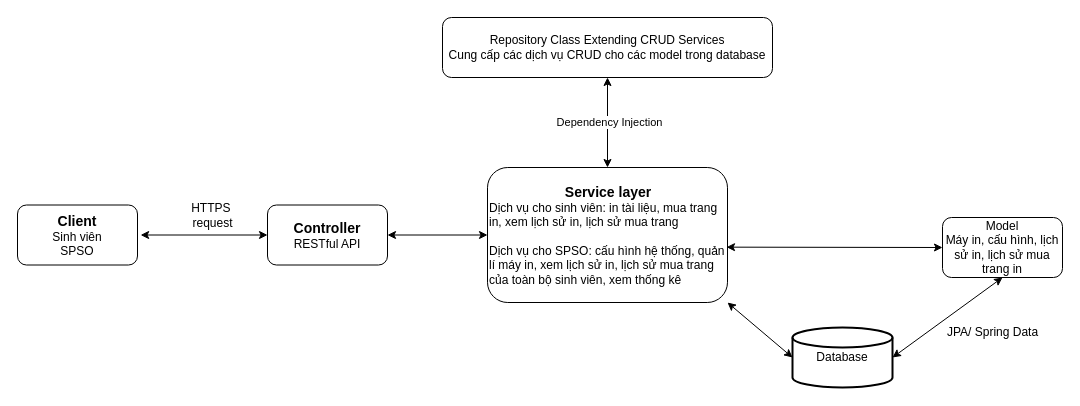
Before: page "architecture" (5 of 8) of diagram.drawio in pnv2003/hcmut-ssps, a draw.io diagram. Source tidied: cells renumbered, new cells numbered last; positions are measured from the earlier drawing's top-left corner, leaving out a move shared by most shapes. Both pictures are drawn from the tidied source at 100%, with x=0, y=0 at pixel (17, 17).
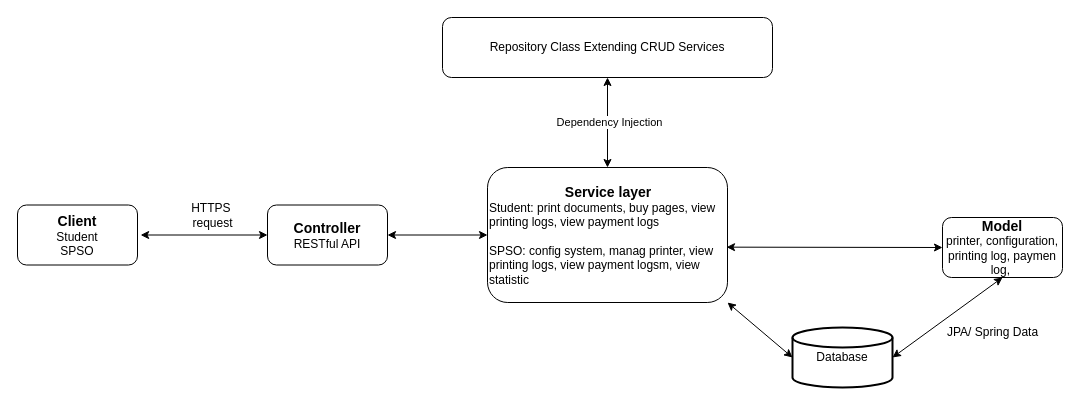
Above is the later version.

Change to the diagram source:
```diff
@@
 <mxGraphModel>
   <root>
     <mxCell id="0" />
     <mxCell id="1" parent="0" />
-    <mxCell id="2" value="&lt;font style=&quot;font-size: 14px;&quot;&gt;&lt;b&gt;Client&lt;/b&gt;&lt;/font&gt;&lt;br&gt;Sinh viên&lt;br&gt;SPSO" style="rounded=1;whiteSpace=wrap;html=1;" parent="1" vertex="1">
+    <mxCell id="2" value="&lt;font style=&quot;font-size: 14px;&quot;&gt;&lt;b&gt;Client&lt;/b&gt;&lt;/font&gt;&lt;br&gt;Student&lt;br&gt;SPSO" style="rounded=1;whiteSpace=wrap;html=1;" parent="1" vertex="1">
       <mxGeometry y="187.5" width="120" height="60" as="geometry" />
     </mxCell>
     <mxCell id="3" value="&lt;font style=&quot;font-size: 14px;&quot;&gt;&lt;b&gt;Controller&lt;/b&gt;&lt;/font&gt;&lt;br&gt;RESTful API" style="rounded=1;whiteSpace=wrap;html=1;" parent="1" vertex="1">
       <mxGeometry x="250" y="187.5" width="120" height="60" as="geometry" />
     </mxCell>
     <mxCell id="4" style="endArrow=classic;startArrow=classic;html=1;rounded=0;entryX=0;entryY=0.5;entryDx=0;entryDy=0;exitX=1.026;exitY=0.5;exitDx=0;exitDy=0;exitPerimeter=0;" parent="1" edge="1" source="2" target="3">
       <mxGeometry relative="1" as="geometry" />
     </mxCell>
     <mxCell id="5" value="HTTPS&amp;nbsp;&lt;br&gt;request" style="text;html=1;align=center;verticalAlign=middle;strokeColor=none;fillColor=none;" parent="1" vertex="1">
       <mxGeometry x="160" y="177.5" width="70" height="40" as="geometry" />
     </mxCell>
-    <mxCell id="6" value="&lt;div style=&quot;text-align: center;&quot;&gt;&lt;b style=&quot;background-color: initial;&quot;&gt;&lt;font style=&quot;font-size: 14px;&quot;&gt;Service layer&lt;/font&gt;&lt;/b&gt;&lt;/div&gt;Dịch vụ cho sinh viên: in tài liệu, mua trang in, xem lịch sử in, lịch sử mua trang&lt;br&gt;&lt;br&gt;Dịch vụ cho SPSO: cấu hình hệ thống, quản lí máy in, xem lịch sử in, lịch sử mua trang của toàn bộ sinh viên, xem thống kê" style="rounded=1;whiteSpace=wrap;html=1;align=left;" parent="1" vertex="1">
+    <mxCell id="6" value="&lt;div style=&quot;text-align: center;&quot;&gt;&lt;b style=&quot;background-color: initial;&quot;&gt;&lt;font style=&quot;font-size: 14px;&quot;&gt;Service layer&lt;/font&gt;&lt;/b&gt;&lt;/div&gt;Student: print documents, buy pages, view printing logs, view payment logs&lt;br&gt;&lt;br&gt;SPSO: config system, manag printer, view printing logs, view payment logsm, view statistic" style="rounded=1;whiteSpace=wrap;html=1;align=left;" parent="1" vertex="1">
       <mxGeometry x="470" y="150" width="240" height="135" as="geometry" />
     </mxCell>
     <mxCell id="7" style="endArrow=classic;startArrow=classic;html=1;rounded=0;entryX=0;entryY=0.5;entryDx=0;entryDy=0;exitX=1;exitY=0.5;exitDx=0;exitDy=0;" parent="1" edge="1" source="3" target="6">
       <mxGeometry relative="1" as="geometry" />
     </mxCell>
-    <mxCell id="8" value="Model&lt;br&gt;Máy in, cấu hình, lịch sử in, lịch sử mua trang in" style="rounded=1;whiteSpace=wrap;html=1;" parent="1" vertex="1">
+    <mxCell id="8" value="&lt;b&gt;&lt;font style=&quot;font-size: 14px;&quot;&gt;Model&lt;/font&gt;&lt;/b&gt;&lt;br&gt;printer, configuration, printing log, paymen log,&amp;nbsp;" style="rounded=1;whiteSpace=wrap;html=1;" parent="1" vertex="1">
       <mxGeometry x="925" y="200" width="120" height="60" as="geometry" />
     </mxCell>
     <mxCell id="9" style="endArrow=classic;startArrow=classic;html=1;rounded=0;exitX=0.996;exitY=0.59;exitDx=0;exitDy=0;entryX=0;entryY=0.5;entryDx=0;entryDy=0;exitPerimeter=0;" parent="1" edge="1" source="6" target="8">
       <mxGeometry relative="1" as="geometry" />
     </mxCell>
-    <mxCell id="10" value="Repository Class Extending CRUD Services&lt;br&gt;Cung cấp các dịch vụ CRUD cho các model trong database" style="rounded=1;whiteSpace=wrap;html=1;" parent="1" vertex="1">
+    <mxCell id="10" value="Repository Class Extending CRUD Services" style="rounded=1;whiteSpace=wrap;html=1;" parent="1" vertex="1">
       <mxGeometry x="425" width="330" height="60" as="geometry" />
     </mxCell>
     <mxCell id="11" style="endArrow=classic;startArrow=classic;html=1;rounded=0;entryX=0.5;entryY=0;entryDx=0;entryDy=0;exitX=0.5;exitY=1;exitDx=0;exitDy=0;" parent="1" edge="1" source="10" target="6">
       <mxGeometry relative="1" as="geometry" />
     </mxCell>
     <mxCell id="12" value="Dependency Injection" style="edgeLabel;html=1;align=center;verticalAlign=middle;" parent="11" vertex="1">
       <mxGeometry x="-0.02" y="1" relative="1" as="geometry" />
     </mxCell>
     <mxCell id="13" value="Database" style="strokeWidth=2;html=1;shape=mxgraph.flowchart.database;whiteSpace=wrap;" parent="1" vertex="1">
       <mxGeometry x="775" y="310" width="100" height="60" as="geometry" />
     </mxCell>
     <mxCell id="14" style="endArrow=classic;startArrow=classic;html=1;rounded=0;entryX=0.5;entryY=1;entryDx=0;entryDy=0;exitX=1;exitY=0.5;exitDx=0;exitDy=0;exitPerimeter=0;" parent="1" edge="1" source="13" target="8">
       <mxGeometry relative="1" as="geometry" />
     </mxCell>
     <mxCell id="15" value="JPA/ Spring Data" style="text;html=1;align=center;verticalAlign=middle;strokeColor=none;fillColor=none;" parent="1" vertex="1">
       <mxGeometry x="920" y="300" width="110" height="30" as="geometry" />
     </mxCell>
     <mxCell id="16" style="endArrow=classic;startArrow=classic;html=1;rounded=0;entryX=0;entryY=0.5;entryDx=0;entryDy=0;exitX=1;exitY=1;exitDx=0;exitDy=0;entryPerimeter=0;" parent="1" edge="1" source="6" target="13">
       <mxGeometry relative="1" as="geometry" />
     </mxCell>
   </root>
 </mxGraphModel>
```
